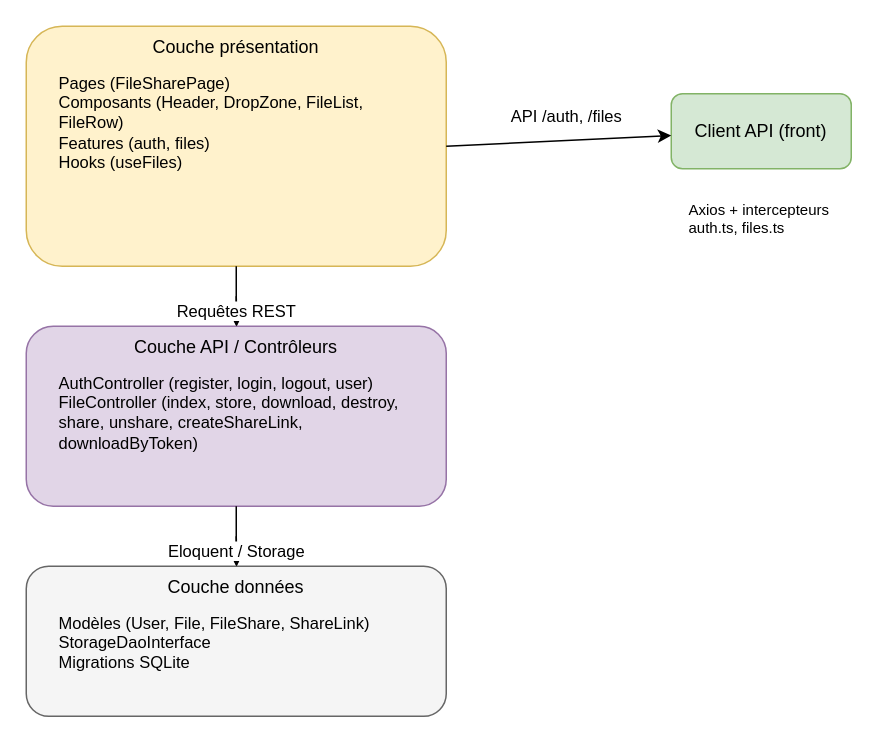
This is docs/diagrams/composants-couches.drawio from laurentcoufinal/projet4, a draw.io file, before an edit. Source tidied: cells renumbered, new cells numbered last; positions are measured from the earlier drawing's top-left corner, leaving out a move shared by most shapes. Both pictures are drawn from the tidied source at 150%, with x=0, y=0 at pixel (26, 26).
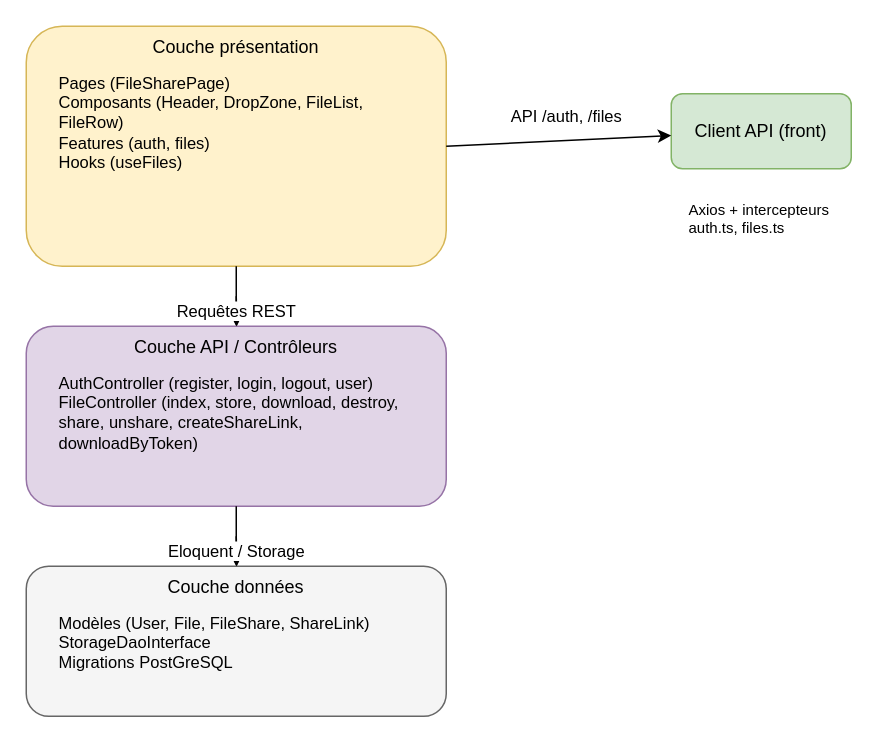
The same page after the edit.

Commit message (it also covers changes not shown here):
doc:mise a jour graphiques

The edit, as a diff of the source:
```diff
@@
 <mxGraphModel>
   <root>
     <mxCell id="0" />
     <mxCell id="1" parent="0" />
     <mxCell id="2" value="Couche présentation" style="rounded=1;whiteSpace=wrap;html=1;fillColor=#fff2cc;strokeColor=#d6b656;verticalAlign=top;" parent="1" vertex="1">
       <mxGeometry width="280" height="160" as="geometry" />
     </mxCell>
     <mxCell id="3" value="Pages (FileSharePage)&#10;Composants (Header, DropZone, FileList, FileRow)&#10;Features (auth, files)&#10;Hooks (useFiles)" style="text;html=1;strokeColor=none;fillColor=none;align=left;verticalAlign=top;whiteSpace=wrap;rounded=0;fontSize=11;" parent="1" vertex="1">
       <mxGeometry x="20" y="25" width="240" height="120" as="geometry" />
     </mxCell>
     <mxCell id="4" value="Couche API / Contrôleurs" style="rounded=1;whiteSpace=wrap;html=1;fillColor=#e1d5e7;strokeColor=#9673a6;verticalAlign=top;" parent="1" vertex="1">
       <mxGeometry y="200" width="280" height="120" as="geometry" />
     </mxCell>
     <mxCell id="5" value="AuthController (register, login, logout, user)&#10;FileController (index, store, download, destroy, share, unshare, createShareLink, downloadByToken)" style="text;html=1;strokeColor=none;fillColor=none;align=left;verticalAlign=top;whiteSpace=wrap;rounded=0;fontSize=11;" parent="1" vertex="1">
       <mxGeometry x="20" y="225" width="240" height="80" as="geometry" />
     </mxCell>
     <mxCell id="6" value="Couche données" style="rounded=1;whiteSpace=wrap;html=1;fillColor=#f5f5f5;strokeColor=#666666;verticalAlign=top;" parent="1" vertex="1">
       <mxGeometry y="360" width="280" height="100" as="geometry" />
     </mxCell>
-    <mxCell id="7" value="Modèles (User, File, FileShare, ShareLink)&#10;StorageDaoInterface&#10;Migrations SQLite" style="text;html=1;strokeColor=none;fillColor=none;align=left;verticalAlign=top;whiteSpace=wrap;rounded=0;fontSize=11;" parent="1" vertex="1">
+    <mxCell id="7" value="Modèles (User, File, FileShare, ShareLink)&lt;br&gt;StorageDaoInterface&lt;br&gt;Migrations PostGreSQL" style="text;html=1;strokeColor=none;fillColor=none;align=left;verticalAlign=top;whiteSpace=wrap;rounded=0;fontSize=11;" parent="1" vertex="1">
       <mxGeometry x="20" y="385" width="240" height="60" as="geometry" />
     </mxCell>
     <mxCell id="8" value="Client API (front)" style="rounded=1;whiteSpace=wrap;html=1;fillColor=#d5e8d4;strokeColor=#82b366;" parent="1" vertex="1">
       <mxGeometry x="430" y="45" width="120" height="50" as="geometry" />
     </mxCell>
     <mxCell id="9" value="Axios + intercepteurs&#10;auth.ts, files.ts" style="text;html=1;strokeColor=none;fillColor=none;align=left;verticalAlign=top;whiteSpace=wrap;rounded=0;fontSize=10;" parent="1" vertex="1">
       <mxGeometry x="440" y="110" width="120" height="35" as="geometry" />
     </mxCell>
     <mxCell id="10" style="endArrow=classic;html=1;rounded=0;exitX=0.5;exitY=1;entryX=0.5;entryY=0;" parent="1" edge="1" source="2" target="4">
       <mxGeometry relative="1" as="geometry" />
     </mxCell>
     <mxCell id="11" value="Requêtes REST" style="endArrow=classic;html=1;rounded=0;" parent="1" edge="1" source="10" target="4">
       <mxGeometry relative="1" as="geometry" />
     </mxCell>
     <mxCell id="12" style="endArrow=classic;html=1;rounded=0;exitX=0.5;exitY=1;entryX=0.5;entryY=0;" parent="1" edge="1" source="4" target="6">
       <mxGeometry relative="1" as="geometry" />
     </mxCell>
     <mxCell id="13" value="Eloquent / Storage" style="endArrow=classic;html=1;rounded=0;" parent="1" edge="1" source="12" target="6">
       <mxGeometry relative="1" as="geometry" />
     </mxCell>
     <mxCell id="14" value="API /auth, /files" style="endArrow=classic;html=1;rounded=0;exitX=1;exitY=0.5;exitDx=0;exitDy=0;" parent="1" edge="1" source="2" target="8">
       <mxGeometry x="0.08" y="16" relative="1" as="geometry" />
     </mxCell>
   </root>
 </mxGraphModel>
```
